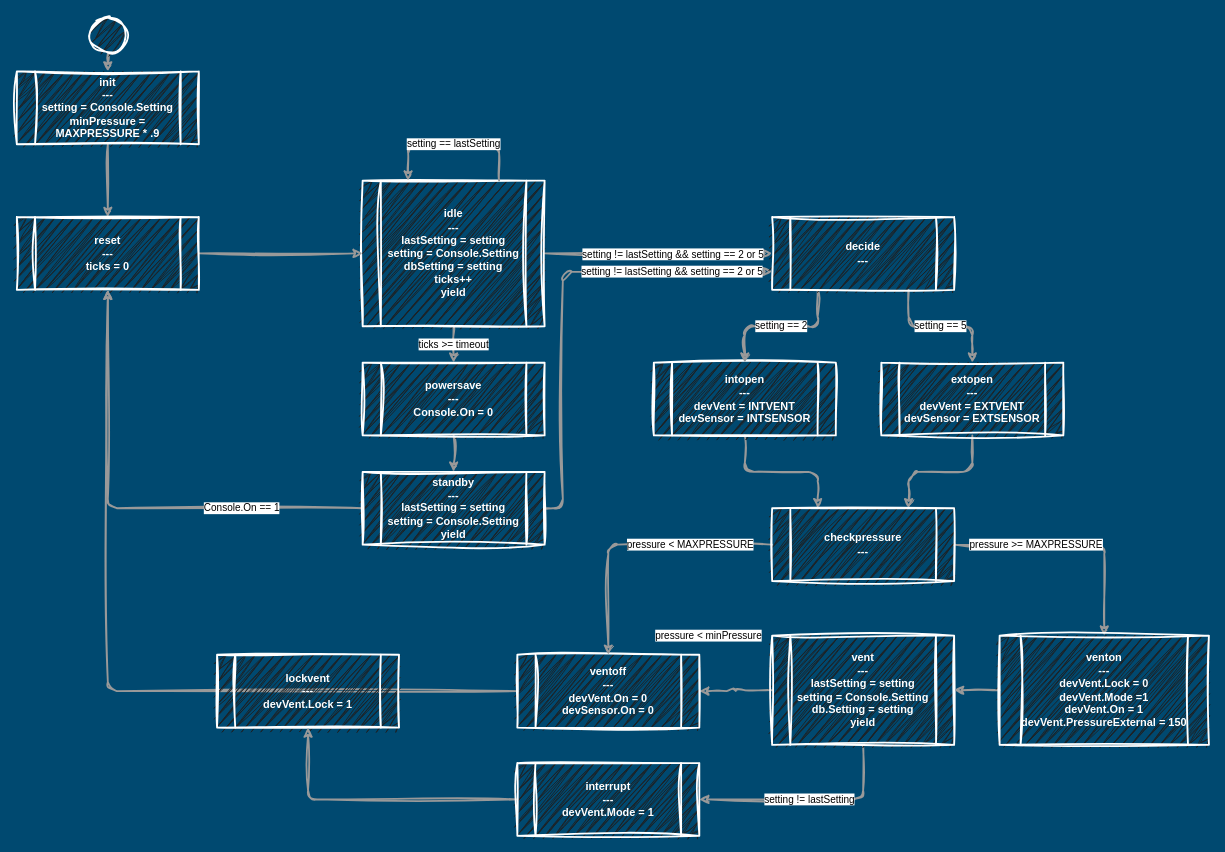
Earlier version of the draw.io diagram Airlock Pressure Relief.drawio (dtandersen/stationeers-library). Source tidied: cells renumbered, new cells numbered last; positions are measured from the earlier drawing's top-left corner, leaving out a move shared by most shapes. Both pictures are drawn from the tidied source at 91%, with x=0, y=0 at pixel (16, 16).
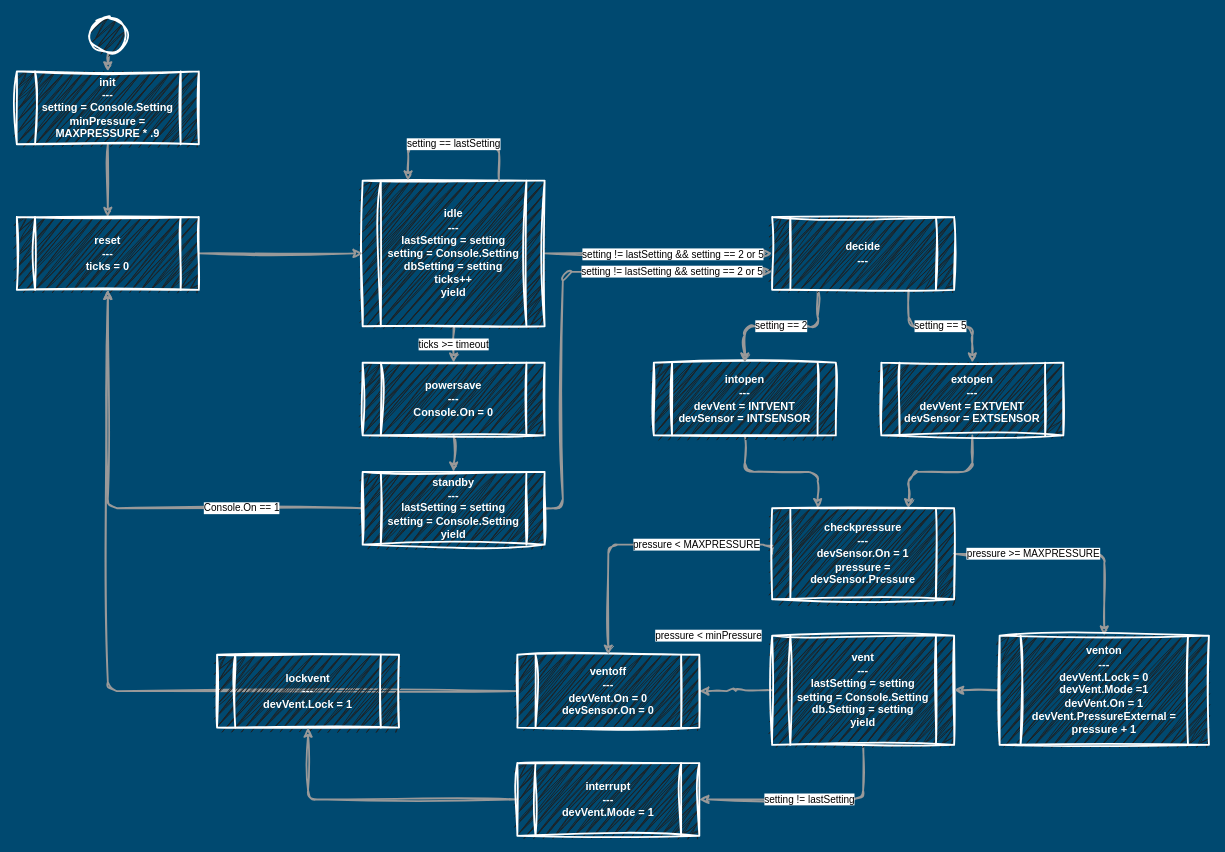
After the change.

Commit message:
updated checkpressure state

Diff of the diagram source:
```diff
@@
-    <mxCell id="32" value="checkpressure&lt;br&gt;---" style="shape=process;whiteSpace=wrap;html=1;backgroundOutline=1;fillColor=#1E2224;fontStyle=1;fontColor=#FFFFFF;strokeColor=#FFFFFF;sketch=1;curveFitting=1;jiggle=2;strokeWidth=2;gradientColor=none;fillStyle=zigzag;" parent="1" vertex="1">
-      <mxGeometry x="830" y="540" width="200" height="80" as="geometry" />
+    <mxCell id="32" value="checkpressure&lt;br&gt;---&lt;br&gt;devSensor.On = 1&lt;br&gt;pressure = devSensor.Pressure" style="shape=process;whiteSpace=wrap;html=1;backgroundOutline=1;fillColor=#1E2224;fontStyle=1;fontColor=#FFFFFF;strokeColor=#FFFFFF;sketch=1;curveFitting=1;jiggle=2;strokeWidth=2;gradientColor=none;fillStyle=zigzag;" parent="1" vertex="1">
+      <mxGeometry x="830" y="540" width="200" height="100" as="geometry" />
     </mxCell>
@@
-    <mxCell id="34" value="venton&lt;br&gt;---&lt;br&gt;devVent.Lock = 0&lt;br&gt;devVent.Mode =1&lt;br&gt;devVent.On = 1&lt;br&gt;devVent.PressureExternal = 150" style="shape=process;whiteSpace=wrap;html=1;backgroundOutline=1;fillColor=#1E2224;fontStyle=1;fontColor=#FFFFFF;strokeColor=#FFFFFF;sketch=1;curveFitting=1;jiggle=2;strokeWidth=2;gradientColor=none;fillStyle=zigzag;" parent="1" vertex="1">
+    <mxCell id="34" value="venton&lt;br&gt;---&lt;br&gt;devVent.Lock = 0&lt;br&gt;devVent.Mode =1&lt;br&gt;devVent.On = 1&lt;br&gt;devVent.PressureExternal = pressure + 1" style="shape=process;whiteSpace=wrap;html=1;backgroundOutline=1;fillColor=#1E2224;fontStyle=1;fontColor=#FFFFFF;strokeColor=#FFFFFF;sketch=1;curveFitting=1;jiggle=2;strokeWidth=2;gradientColor=none;fillStyle=zigzag;" parent="1" vertex="1">
       <mxGeometry x="1080" y="680" width="230" height="120" as="geometry" />
     </mxCell>
```
